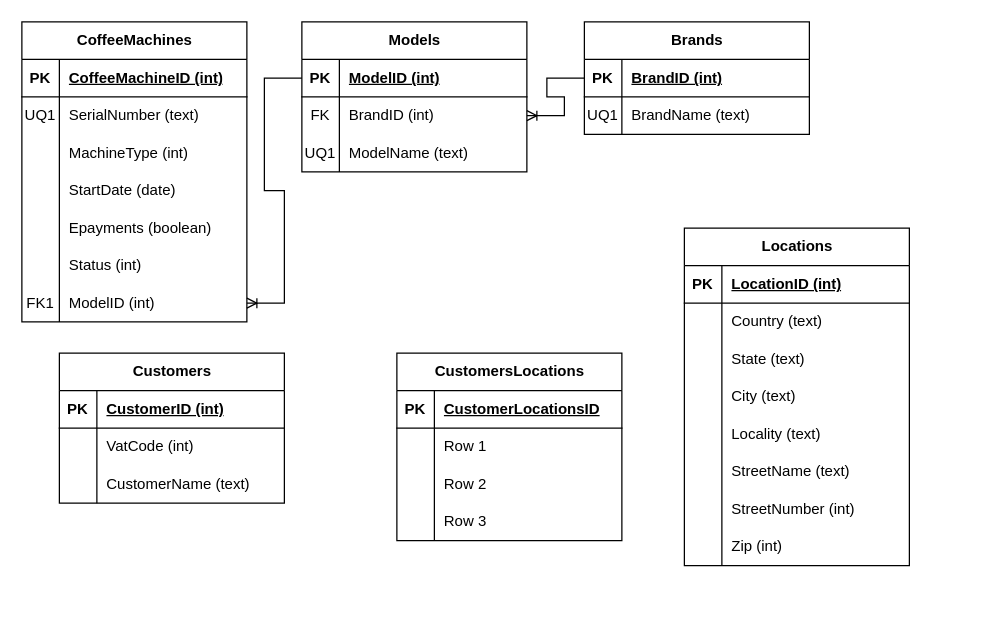
Before: Diagramma senza titolo.drawio in federico-mariconti/SIAM-1838, a draw.io diagram. Source tidied: cells renumbered, new cells numbered last; positions are measured from the earlier drawing's top-left corner, leaving out a move shared by most shapes. Both pictures are drawn from the tidied source at 125%, with x=0, y=0 at pixel (21, 21).
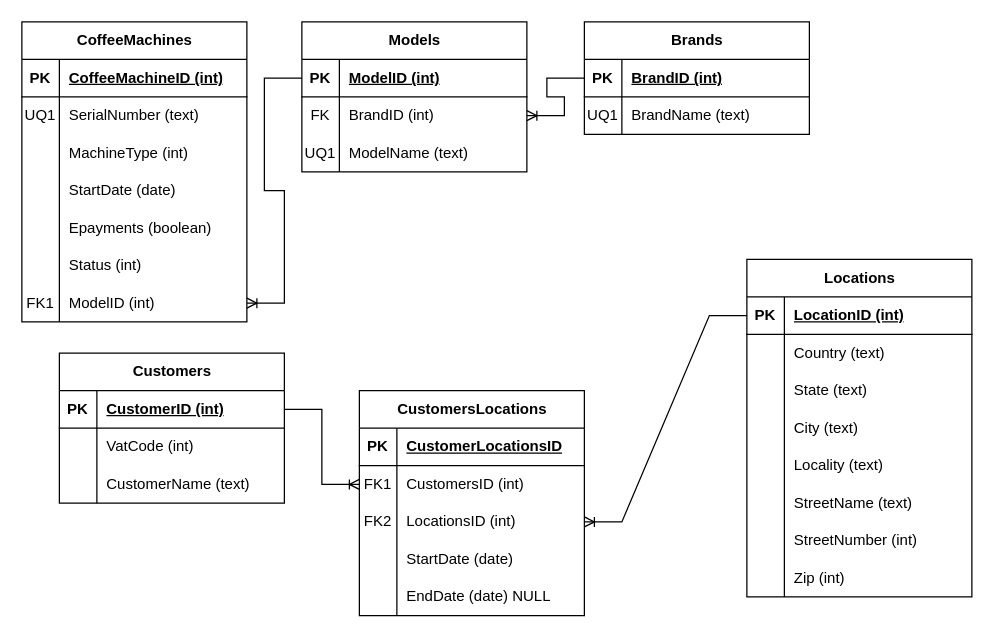
Above is the later version.

Unchanged cells that the change refers to:
```xml
<mxCell id="44" style="shape=tableRow;horizontal=0;startSize=0;swimlaneHead=0;swimlaneBody=0;fillColor=none;points=[[0,0.5],[1,0.5]];portConstraint=eastwest;top=0;left=0;right=0;bottom=1;" parent="43" vertex="1">
  <mxGeometry y="30" width="180" height="30" as="geometry" />
</mxCell>
<mxCell id="54" style="shape=tableRow;horizontal=0;startSize=0;swimlaneHead=0;swimlaneBody=0;fillColor=none;points=[[0,0.5],[1,0.5]];portConstraint=eastwest;top=0;left=0;right=0;bottom=1;" parent="53" vertex="1">
  <mxGeometry y="30" width="180" height="30" as="geometry" />
</mxCell>
<mxCell id="82" style="shape=tableRow;horizontal=0;startSize=0;swimlaneHead=0;swimlaneBody=0;fillColor=none;points=[[0,0.5],[1,0.5]];portConstraint=eastwest;top=0;left=0;right=0;bottom=0;" parent="78" vertex="1">
  <mxGeometry y="60" width="180" height="30" as="geometry" />
</mxCell>
<mxCell id="85" style="shape=tableRow;horizontal=0;startSize=0;swimlaneHead=0;swimlaneBody=0;fillColor=none;points=[[0,0.5],[1,0.5]];portConstraint=eastwest;top=0;left=0;right=0;bottom=0;" parent="78" vertex="1">
  <mxGeometry y="90" width="180" height="30" as="geometry" />
</mxCell>
<mxCell id="88" style="shape=tableRow;horizontal=0;startSize=0;swimlaneHead=0;swimlaneBody=0;fillColor=none;top=0;left=0;right=0;bottom=0;" parent="78" vertex="1">
  <mxGeometry y="120" width="180" height="30" as="geometry" />
</mxCell>
```

The edit, as a diff of the source:
```diff
@@
     <mxCell id="53" value="Locations" style="shape=table;startSize=30;childLayout=tableLayout;rowLines=0;fontStyle=1;align=center;html=1;" parent="1" vertex="1">
-      <mxGeometry x="530" y="165" width="180" height="270" as="geometry" />
+      <mxGeometry x="580" y="190" width="180" height="270" as="geometry" />
     </mxCell>
@@
     <mxCell id="78" value="CustomersLocations" style="shape=table;startSize=30;childLayout=tableLayout;rowLines=0;fontStyle=1;align=center;html=1;" parent="1" vertex="1">
-      <mxGeometry x="300" y="265" width="180" height="150" as="geometry" />
+      <mxGeometry x="270" y="295" width="180" height="180" as="geometry" />
     </mxCell>
@@
-    <mxCell id="83" style="shape=partialRectangle;fillColor=none;top=0;left=0;bottom=0;right=0;overflow=hidden;whiteSpace=wrap;html=1;" parent="82" vertex="1">
+    <mxCell id="83" value="FK1" style="shape=partialRectangle;fillColor=none;top=0;left=0;bottom=0;right=0;overflow=hidden;whiteSpace=wrap;html=1;" parent="82" vertex="1">
       <mxGeometry width="30" height="30" as="geometry" />
     </mxCell>
-    <mxCell id="84" value="Row 1" style="shape=partialRectangle;fillColor=none;top=0;left=0;bottom=0;right=0;align=left;spacingLeft=6;overflow=hidden;whiteSpace=wrap;html=1;" parent="82" vertex="1">
+    <mxCell id="84" value="CustomersID (int)" style="shape=partialRectangle;fillColor=none;top=0;left=0;bottom=0;right=0;align=left;spacingLeft=6;overflow=hidden;whiteSpace=wrap;html=1;" parent="82" vertex="1">
       <mxGeometry x="30" width="150" height="30" as="geometry" />
     </mxCell>
@@
-    <mxCell id="86" style="shape=partialRectangle;fillColor=none;top=0;left=0;bottom=0;right=0;overflow=hidden;whiteSpace=wrap;html=1;" parent="85" vertex="1">
+    <mxCell id="86" value="FK2" style="shape=partialRectangle;fillColor=none;top=0;left=0;bottom=0;right=0;overflow=hidden;whiteSpace=wrap;html=1;" parent="85" vertex="1">
       <mxGeometry width="30" height="30" as="geometry" />
     </mxCell>
-    <mxCell id="87" value="Row 2" style="shape=partialRectangle;fillColor=none;top=0;left=0;bottom=0;right=0;align=left;spacingLeft=6;overflow=hidden;whiteSpace=wrap;html=1;" parent="85" vertex="1">
+    <mxCell id="87" value="LocationsID (int)" style="shape=partialRectangle;fillColor=none;top=0;left=0;bottom=0;right=0;align=left;spacingLeft=6;overflow=hidden;whiteSpace=wrap;html=1;" parent="85" vertex="1">
       <mxGeometry x="30" width="150" height="30" as="geometry" />
     </mxCell>
@@
-    <mxCell id="90" value="Row 3" style="shape=partialRectangle;fillColor=none;top=0;left=0;bottom=0;right=0;align=left;spacingLeft=6;overflow=hidden;whiteSpace=wrap;html=1;" parent="88" vertex="1">
+    <mxCell id="90" value="StartDate (date)" style="shape=partialRectangle;fillColor=none;top=0;left=0;bottom=0;right=0;align=left;spacingLeft=6;overflow=hidden;whiteSpace=wrap;html=1;" parent="88" vertex="1">
       <mxGeometry x="30" width="150" height="30" as="geometry" />
     </mxCell>
+    <mxCell id="91" style="shape=tableRow;horizontal=0;startSize=0;swimlaneHead=0;swimlaneBody=0;fillColor=none;top=0;left=0;right=0;bottom=0;" parent="78" vertex="1">
+      <mxGeometry y="150" width="180" height="30" as="geometry" />
+    </mxCell>
+    <mxCell id="92" style="shape=partialRectangle;fillColor=none;top=0;left=0;bottom=0;right=0;overflow=hidden;whiteSpace=wrap;html=1;" parent="91" vertex="1">
+      <mxGeometry width="30" height="30" as="geometry" />
+    </mxCell>
+    <mxCell id="93" value="EndDate (date) NULL" style="shape=partialRectangle;fillColor=none;top=0;left=0;bottom=0;right=0;align=left;spacingLeft=6;overflow=hidden;whiteSpace=wrap;html=1;" parent="91" vertex="1">
+      <mxGeometry x="30" width="150" height="30" as="geometry" />
+    </mxCell>
+    <mxCell id="94" style="edgeStyle=entityRelationEdgeStyle;fontSize=12;html=1;endArrow=ERoneToMany;rounded=0;" parent="1" edge="1" source="44" target="82">
+      <mxGeometry relative="1" as="geometry" />
+    </mxCell>
+    <mxCell id="95" style="edgeStyle=entityRelationEdgeStyle;fontSize=12;html=1;endArrow=ERoneToMany;rounded=0;" parent="1" edge="1" source="54" target="85">
+      <mxGeometry relative="1" as="geometry" />
+    </mxCell>
```
